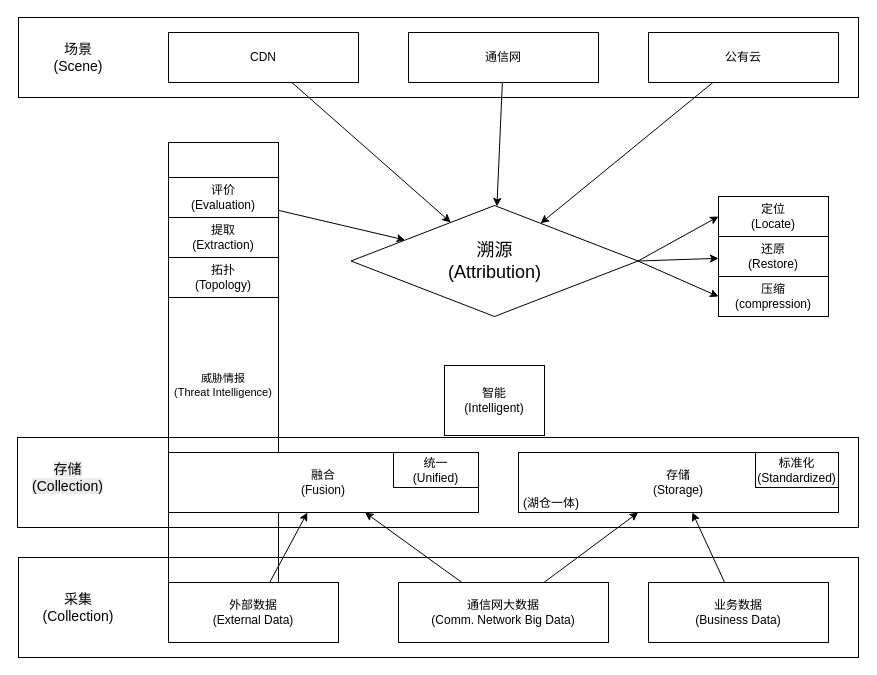
Before: 架构图.drawio in asdlijinquan/-, a draw.io diagram. Source tidied: cells renumbered, new cells numbered last; positions are measured from the earlier drawing's top-left corner, leaving out a move shared by most shapes. Both pictures are drawn from the tidied source at 100%, with x=0, y=0 at pixel (17, 17).
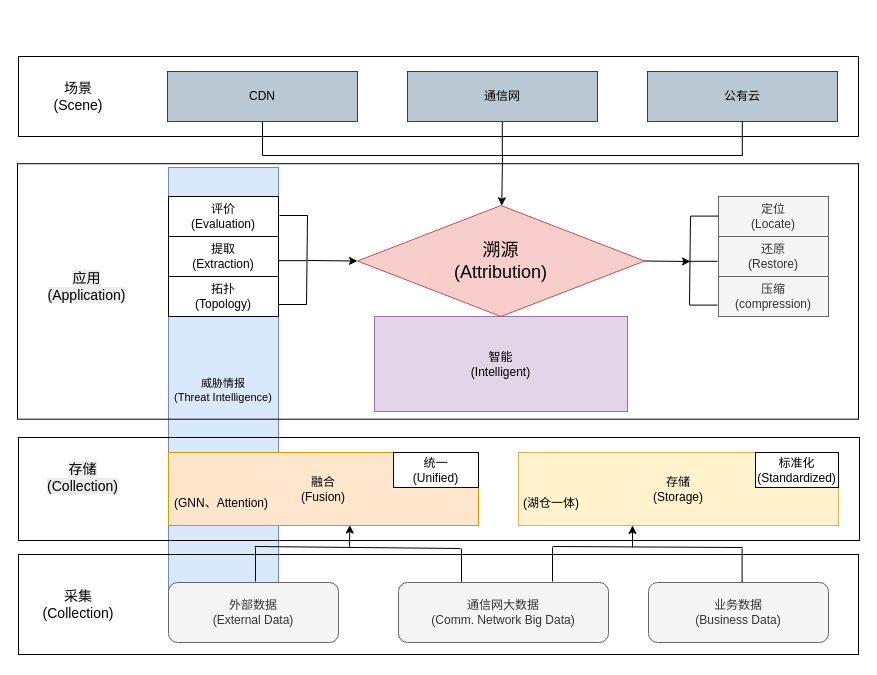
The same diagram, later.

Commit message:
更新架构图.drawio

What changed in the source:
```diff
@@
-    <mxCell id="2" parent="1" edge="1" source="9" target="13">
-      <mxGeometry relative="1" as="geometry" />
-    </mxCell>
+    <mxCell id="12" value="智能&lt;br&gt;(Intelligent)" style="rounded=0;whiteSpace=wrap;html=1;fillColor=#e1d5e7;strokeColor=#9673a6;" parent="1" vertex="1">
+      <mxGeometry x="357" y="299" width="253" height="95" as="geometry" />
+    </mxCell>
-    <mxCell id="3" value="威胁情报&lt;br&gt;(Threat Intelligence)" style="rounded=0;whiteSpace=wrap;html=1;fontSize=11;" parent="1" vertex="1">
-      <mxGeometry x="151" y="125" width="110" height="486" as="geometry" />
+    <mxCell id="3" value="威胁情报&lt;br&gt;(Threat Intelligence)" style="rounded=0;whiteSpace=wrap;html=1;fontSize=11;fillColor=#dae8fc;strokeColor=#6c8ebf;" parent="1" vertex="1">
+      <mxGeometry x="151" y="150" width="110" height="446" as="geometry" />
     </mxCell>
     <mxCell id="4" style="rounded=0;whiteSpace=wrap;html=1;fillColor=none;align=left;verticalAlign=top;" parent="1" vertex="1">
-      <mxGeometry x="1" width="840" height="80" as="geometry" />
+      <mxGeometry x="1" y="39" width="840" height="80" as="geometry" />
     </mxCell>
@@
+    <mxCell id="39" style="endArrow=none;html=1;rounded=0;exitX=0.5;exitY=1;exitDx=0;exitDy=0;" parent="4" edge="1">
+      <mxGeometry relative="1" as="geometry">
+        <mxPoint x="483.8" y="65" as="sourcePoint" />
+        <mxPoint x="483.8" y="99" as="targetPoint" />
+      </mxGeometry>
+    </mxCell>
-    <mxCell id="6" value="CDN" style="rounded=0;whiteSpace=wrap;html=1;" parent="1" vertex="1">
-      <mxGeometry x="151" y="15" width="190" height="50" as="geometry" />
+    <mxCell id="6" value="CDN" style="rounded=0;whiteSpace=wrap;html=1;fillColor=#bac8d3;strokeColor=#23445d;" parent="1" vertex="1">
+      <mxGeometry x="150" y="54" width="190" height="50" as="geometry" />
     </mxCell>
-    <mxCell id="7" value="通信网" style="rounded=0;whiteSpace=wrap;html=1;" parent="1" vertex="1">
-      <mxGeometry x="391" y="15" width="190" height="50" as="geometry" />
+    <mxCell id="7" value="通信网" style="rounded=0;whiteSpace=wrap;html=1;fillColor=#bac8d3;strokeColor=#23445d;" parent="1" vertex="1">
+      <mxGeometry x="390" y="54" width="190" height="50" as="geometry" />
     </mxCell>
-    <mxCell id="8" value="公有云" style="rounded=0;whiteSpace=wrap;html=1;" parent="1" vertex="1">
-      <mxGeometry x="631" y="15" width="190" height="50" as="geometry" />
+    <mxCell id="8" value="公有云" style="rounded=0;whiteSpace=wrap;html=1;fillColor=#bac8d3;strokeColor=#23445d;" parent="1" vertex="1">
+      <mxGeometry x="630" y="54" width="190" height="50" as="geometry" />
     </mxCell>
     <mxCell id="9" value="评价&lt;br&gt;(Evaluation)" style="rounded=0;whiteSpace=wrap;html=1;" parent="1" vertex="1">
-      <mxGeometry x="151" y="160" width="110" height="40" as="geometry" />
+      <mxGeometry x="151" y="179" width="110" height="40" as="geometry" />
     </mxCell>
     <mxCell id="10" value="提取&lt;br&gt;(Extraction)" style="rounded=0;whiteSpace=wrap;html=1;" parent="1" vertex="1">
-      <mxGeometry x="151" y="200" width="110" height="40" as="geometry" />
+      <mxGeometry x="151" y="219" width="110" height="40" as="geometry" />
     </mxCell>
     <mxCell id="11" value="拓扑&lt;br&gt;(Topology)" style="rounded=0;whiteSpace=wrap;html=1;" parent="1" vertex="1">
-      <mxGeometry x="151" y="240" width="110" height="40" as="geometry" />
+      <mxGeometry x="151" y="259" width="110" height="40" as="geometry" />
     </mxCell>
-    <mxCell id="12" value="智能&lt;br&gt;(Intelligent)" style="rounded=0;whiteSpace=wrap;html=1;" parent="1" vertex="1">
-      <mxGeometry x="427" y="348" width="100" height="70" as="geometry" />
-    </mxCell>
-    <mxCell id="13" value="&lt;font style=&quot;font-size: 18px;&quot;&gt;溯源&lt;br&gt;(Attribution)&lt;/font&gt;" style="rhombus;whiteSpace=wrap;html=1;" parent="1" vertex="1">
-      <mxGeometry x="333.5" y="188" width="287" height="111" as="geometry" />
+    <mxCell id="13" value="&lt;font style=&quot;font-size: 18px;&quot;&gt;溯源&lt;br&gt;(Attribution)&lt;/font&gt;" style="rhombus;whiteSpace=wrap;html=1;fillColor=#f8cecc;strokeColor=#b85450;" parent="1" vertex="1">
+      <mxGeometry x="340" y="188" width="287" height="111" as="geometry" />
     </mxCell>
-    <mxCell id="14" value="定位&lt;br&gt;(Locate)" style="rounded=0;whiteSpace=wrap;html=1;" parent="1" vertex="1">
+    <mxCell id="14" value="定位&lt;br&gt;(Locate)" style="rounded=0;whiteSpace=wrap;html=1;fillColor=#f5f5f5;fontColor=#333333;strokeColor=#666666;" parent="1" vertex="1">
       <mxGeometry x="701" y="179" width="110" height="40" as="geometry" />
     </mxCell>
-    <mxCell id="15" value="还原&lt;br&gt;(Restore)" style="rounded=0;whiteSpace=wrap;html=1;" parent="1" vertex="1">
+    <mxCell id="15" value="还原&lt;br&gt;(Restore)" style="rounded=0;whiteSpace=wrap;html=1;fillColor=#f5f5f5;fontColor=#333333;strokeColor=#666666;" parent="1" vertex="1">
       <mxGeometry x="701" y="219" width="110" height="40" as="geometry" />
     </mxCell>
-    <mxCell id="16" value="压缩&lt;br&gt;(compression)" style="rounded=0;whiteSpace=wrap;html=1;" parent="1" vertex="1">
+    <mxCell id="16" value="压缩&lt;br&gt;(compression)" style="rounded=0;whiteSpace=wrap;html=1;fillColor=#f5f5f5;fontColor=#333333;strokeColor=#666666;" parent="1" vertex="1">
       <mxGeometry x="701" y="259" width="110" height="40" as="geometry" />
     </mxCell>
     <mxCell id="17" style="rounded=0;whiteSpace=wrap;html=1;fillColor=none;align=left;verticalAlign=top;" parent="1" vertex="1">
-      <mxGeometry y="420" width="841" height="90" as="geometry" />
+      <mxGeometry x="1" y="420" width="841" height="103" as="geometry" />
     </mxCell>
-    <mxCell id="18" value="融合&lt;br&gt;(Fusion)" style="rounded=0;whiteSpace=wrap;html=1;" parent="1" vertex="1">
-      <mxGeometry x="151" y="435" width="310" height="60" as="geometry" />
+    <mxCell id="18" value="融合&lt;br&gt;(Fusion)" style="rounded=0;whiteSpace=wrap;html=1;fillColor=#ffe6cc;strokeColor=#d79b00;" parent="1" vertex="1">
+      <mxGeometry x="151" y="435" width="310" height="73" as="geometry" />
     </mxCell>
-    <mxCell id="19" value="存储&lt;br&gt;(Storage)" style="rounded=0;whiteSpace=wrap;html=1;align=center;" parent="1" vertex="1">
-      <mxGeometry x="501" y="435" width="320" height="60" as="geometry" />
+    <mxCell id="19" value="存储&lt;br&gt;(Storage)" style="rounded=0;whiteSpace=wrap;html=1;align=center;fillColor=#fff2cc;strokeColor=#d6b656;" parent="1" vertex="1">
+      <mxGeometry x="501" y="435" width="320" height="73" as="geometry" />
     </mxCell>
@@
     <mxCell id="21" style="rounded=0;whiteSpace=wrap;html=1;fillColor=none;align=left;verticalAlign=top;" parent="1" vertex="1">
-      <mxGeometry x="1" y="540" width="840" height="100" as="geometry" />
+      <mxGeometry x="1" y="537" width="840" height="100" as="geometry" />
     </mxCell>
@@
+    <mxCell id="40" style="endArrow=none;html=1;rounded=0;exitX=0.5;exitY=1;exitDx=0;exitDy=0;" parent="21" edge="1">
+      <mxGeometry relative="1" as="geometry">
+        <mxPoint x="723.6" y="-6" as="sourcePoint" />
+        <mxPoint x="723.6" y="28" as="targetPoint" />
+      </mxGeometry>
+    </mxCell>
+    <mxCell id="41" style="endArrow=none;html=1;rounded=0;exitX=0.5;exitY=1;exitDx=0;exitDy=0;" parent="21" edge="1">
+      <mxGeometry relative="1" as="geometry">
+        <mxPoint x="534" y="-7" as="sourcePoint" />
+        <mxPoint x="534" y="27" as="targetPoint" />
+      </mxGeometry>
+    </mxCell>
+    <mxCell id="42" style="endArrow=none;html=1;rounded=0;exitX=0.5;exitY=1;exitDx=0;exitDy=0;" parent="21" edge="1">
+      <mxGeometry relative="1" as="geometry">
+        <mxPoint x="237" y="-7" as="sourcePoint" />
+        <mxPoint x="237" y="27" as="targetPoint" />
+      </mxGeometry>
+    </mxCell>
+    <mxCell id="43" style="endArrow=none;html=1;rounded=0;exitX=0.5;exitY=1;exitDx=0;exitDy=0;" parent="21" edge="1">
+      <mxGeometry relative="1" as="geometry">
+        <mxPoint x="443" y="-6" as="sourcePoint" />
+        <mxPoint x="443" y="28" as="targetPoint" />
+      </mxGeometry>
+    </mxCell>
-    <mxCell id="23" value="外部数据&lt;br&gt;(External Data)" style="rounded=0;whiteSpace=wrap;html=1;" parent="1" vertex="1">
+    <mxCell id="23" value="外部数据&lt;br&gt;(External Data)" style="rounded=1;whiteSpace=wrap;html=1;fillColor=#f5f5f5;fontColor=#333333;strokeColor=#666666;" parent="1" vertex="1">
       <mxGeometry x="151" y="565" width="170" height="60" as="geometry" />
     </mxCell>
-    <mxCell id="24" value="通信网大数据&lt;br&gt;(Comm. Network Big Data)" style="rounded=0;whiteSpace=wrap;html=1;" parent="1" vertex="1">
+    <mxCell id="24" value="通信网大数据&lt;br&gt;(Comm. Network Big Data)" style="rounded=1;whiteSpace=wrap;html=1;fillColor=#f5f5f5;fontColor=#333333;strokeColor=#666666;" parent="1" vertex="1">
       <mxGeometry x="381" y="565" width="210" height="60" as="geometry" />
     </mxCell>
-    <mxCell id="25" value="业务数据&lt;br&gt;(Business Data)" style="rounded=0;whiteSpace=wrap;html=1;" parent="1" vertex="1">
+    <mxCell id="25" value="业务数据&lt;br&gt;(Business Data)" style="rounded=1;whiteSpace=wrap;html=1;fillColor=#f5f5f5;fontColor=#333333;strokeColor=#666666;" parent="1" vertex="1">
       <mxGeometry x="631" y="565" width="180" height="60" as="geometry" />
     </mxCell>
-    <mxCell id="26" parent="1" edge="1" source="6" target="13">
-      <mxGeometry relative="1" as="geometry" />
-    </mxCell>
-    <mxCell id="27" parent="1" edge="1" source="7" target="13">
-      <mxGeometry relative="1" as="geometry" />
-    </mxCell>
-    <mxCell id="28" parent="1" edge="1" source="8" target="13">
-      <mxGeometry relative="1" as="geometry" />
-    </mxCell>
-    <mxCell id="29" style="entryX=0;entryY=0.5;entryDx=0;entryDy=0;exitX=1;exitY=0.5;exitDx=0;exitDy=0;" parent="1" edge="1" source="13" target="14">
-      <mxGeometry relative="1" as="geometry" />
-    </mxCell>
-    <mxCell id="30" style="exitX=1;exitY=0.5;exitDx=0;exitDy=0;" parent="1" edge="1" source="13" target="15">
-      <mxGeometry relative="1" as="geometry" />
-    </mxCell>
-    <mxCell id="31" style="entryX=0;entryY=0.5;entryDx=0;entryDy=0;exitX=1;exitY=0.5;exitDx=0;exitDy=0;" parent="1" edge="1" source="13" target="16">
-      <mxGeometry relative="1" as="geometry" />
-    </mxCell>
-    <mxCell id="32" parent="1" edge="1" source="23" target="18">
-      <mxGeometry relative="1" as="geometry" />
-    </mxCell>
-    <mxCell id="33" parent="1" edge="1" source="24" target="18">
-      <mxGeometry relative="1" as="geometry" />
-    </mxCell>
-    <mxCell id="34" parent="1" edge="1" source="24" target="19">
-      <mxGeometry relative="1" as="geometry" />
-    </mxCell>
-    <mxCell id="35" parent="1" edge="1" source="25" target="19">
-      <mxGeometry relative="1" as="geometry" />
-    </mxCell>
     <mxCell id="36" value="&lt;span style=&quot;color: rgb(0, 0, 0); font-family: Helvetica; font-size: 14px; font-style: normal; font-variant-ligatures: normal; font-variant-caps: normal; font-weight: 400; letter-spacing: normal; orphans: 2; text-indent: 0px; text-transform: none; widows: 2; word-spacing: 0px; -webkit-text-stroke-width: 0px; white-space: normal; background-color: rgb(236, 236, 236); text-decoration-thickness: initial; text-decoration-style: initial; text-decoration-color: initial; float: none; display: inline !important;&quot;&gt;存储&lt;/span&gt;&lt;br style=&quot;forced-color-adjust: none; color: rgb(0, 0, 0); font-family: Helvetica; font-size: 14px; font-style: normal; font-variant-ligatures: normal; font-variant-caps: normal; font-weight: 400; letter-spacing: normal; orphans: 2; text-indent: 0px; text-transform: none; widows: 2; word-spacing: 0px; -webkit-text-stroke-width: 0px; white-space: normal; background-color: rgb(236, 236, 236); text-decoration-thickness: initial; text-decoration-style: initial; text-decoration-color: initial;&quot;&gt;&lt;span style=&quot;color: rgb(0, 0, 0); font-family: Helvetica; font-size: 14px; font-style: normal; font-variant-ligatures: normal; font-variant-caps: normal; font-weight: 400; letter-spacing: normal; orphans: 2; text-indent: 0px; text-transform: none; widows: 2; word-spacing: 0px; -webkit-text-stroke-width: 0px; white-space: normal; background-color: rgb(236, 236, 236); text-decoration-thickness: initial; text-decoration-style: initial; text-decoration-color: initial; float: none; display: inline !important;&quot;&gt;(Collection)&lt;/span&gt;" style="text;whiteSpace=wrap;html=1;align=center;" parent="1" vertex="1">
-      <mxGeometry x="1" y="437" width="99" height="56" as="geometry" />
+      <mxGeometry x="16" y="437" width="99" height="56" as="geometry" />
     </mxCell>
@@
+    <mxCell id="44" value="&lt;span style=&quot;color: rgb(0, 0, 0); font-family: Helvetica; font-size: 14px; font-style: normal; font-variant-ligatures: normal; font-variant-caps: normal; font-weight: 400; letter-spacing: normal; orphans: 2; text-indent: 0px; text-transform: none; widows: 2; word-spacing: 0px; -webkit-text-stroke-width: 0px; white-space: normal; background-color: rgb(236, 236, 236); text-decoration-thickness: initial; text-decoration-style: initial; text-decoration-color: initial; float: none; display: inline !important;&quot;&gt;应用&lt;/span&gt;&lt;br style=&quot;forced-color-adjust: none; color: rgb(0, 0, 0); font-family: Helvetica; font-size: 14px; font-style: normal; font-variant-ligatures: normal; font-variant-caps: normal; font-weight: 400; letter-spacing: normal; orphans: 2; text-indent: 0px; text-transform: none; widows: 2; word-spacing: 0px; -webkit-text-stroke-width: 0px; white-space: normal; background-color: rgb(236, 236, 236); text-decoration-thickness: initial; text-decoration-style: initial; text-decoration-color: initial;&quot;&gt;&lt;span style=&quot;color: rgb(0, 0, 0); font-family: Helvetica; font-size: 14px; font-style: normal; font-variant-ligatures: normal; font-variant-caps: normal; font-weight: 400; letter-spacing: normal; orphans: 2; text-indent: 0px; text-transform: none; widows: 2; word-spacing: 0px; -webkit-text-stroke-width: 0px; white-space: normal; background-color: rgb(236, 236, 236); text-decoration-thickness: initial; text-decoration-style: initial; text-decoration-color: initial; float: none; display: inline !important;&quot;&gt;(Application)&lt;/span&gt;" style="text;whiteSpace=wrap;html=1;align=center;" parent="1" vertex="1">
+      <mxGeometry x="20" y="246" width="99" height="56" as="geometry" />
+    </mxCell>
+    <mxCell id="45" value="(GNN、Attention)" style="text;html=1;strokeColor=none;fillColor=none;align=right;verticalAlign=top;whiteSpace=wrap;rounded=0;fontSize=12;" parent="1" vertex="1">
+      <mxGeometry x="130" y="472" width="123" height="20" as="geometry" />
+    </mxCell>
+    <mxCell id="46" style="endArrow=none;html=1;rounded=0;" parent="1" edge="1">
+      <mxGeometry relative="1" as="geometry">
+        <mxPoint x="289" y="287" as="sourcePoint" />
+        <mxPoint x="290" y="198" as="targetPoint" />
+      </mxGeometry>
+    </mxCell>
+    <mxCell id="47" style="endArrow=none;html=1;rounded=0;" parent="1" edge="1">
+      <mxGeometry relative="1" as="geometry">
+        <mxPoint x="262" y="198" as="sourcePoint" />
+        <mxPoint x="290" y="198" as="targetPoint" />
+      </mxGeometry>
+    </mxCell>
+    <mxCell id="48" style="endArrow=none;html=1;rounded=0;" parent="1" edge="1">
+      <mxGeometry relative="1" as="geometry">
+        <mxPoint x="261" y="243.2" as="sourcePoint" />
+        <mxPoint x="289" y="243.2" as="targetPoint" />
+      </mxGeometry>
+    </mxCell>
+    <mxCell id="49" style="endArrow=none;html=1;rounded=0;" parent="1" edge="1">
+      <mxGeometry relative="1" as="geometry">
+        <mxPoint x="261" y="287" as="sourcePoint" />
+        <mxPoint x="289" y="287" as="targetPoint" />
+      </mxGeometry>
+    </mxCell>
+    <mxCell id="50" style="endArrow=classic;html=1;rounded=0;entryX=0;entryY=0.5;entryDx=0;entryDy=0;" parent="1" edge="1" target="13">
+      <mxGeometry relative="1" as="geometry">
+        <mxPoint x="290" y="243" as="sourcePoint" />
+      </mxGeometry>
+    </mxCell>
+    <mxCell id="51" style="endArrow=none;html=1;rounded=0;" parent="1" edge="1">
+      <mxGeometry relative="1" as="geometry">
+        <mxPoint x="672" y="287.6" as="sourcePoint" />
+        <mxPoint x="673" y="198.6" as="targetPoint" />
+      </mxGeometry>
+    </mxCell>
+    <mxCell id="52" style="endArrow=none;html=1;rounded=0;" parent="1" edge="1">
+      <mxGeometry relative="1" as="geometry">
+        <mxPoint x="673" y="198.6" as="sourcePoint" />
+        <mxPoint x="701" y="198.6" as="targetPoint" />
+      </mxGeometry>
+    </mxCell>
+    <mxCell id="53" style="endArrow=none;html=1;rounded=0;" parent="1" edge="1">
+      <mxGeometry relative="1" as="geometry">
+        <mxPoint x="672" y="243.8" as="sourcePoint" />
+        <mxPoint x="700" y="243.8" as="targetPoint" />
+      </mxGeometry>
+    </mxCell>
+    <mxCell id="54" style="endArrow=none;html=1;rounded=0;" parent="1" edge="1">
+      <mxGeometry relative="1" as="geometry">
+        <mxPoint x="672" y="287.6" as="sourcePoint" />
+        <mxPoint x="700" y="287.6" as="targetPoint" />
+      </mxGeometry>
+    </mxCell>
+    <mxCell id="55" style="endArrow=classic;html=1;rounded=0;exitX=1;exitY=0.5;exitDx=0;exitDy=0;" parent="1" edge="1" source="13">
+      <mxGeometry relative="1" as="geometry">
+        <mxPoint x="673" y="244" as="targetPoint" />
+      </mxGeometry>
+    </mxCell>
+    <mxCell id="56" style="endArrow=none;html=1;rounded=0;" parent="1" edge="1">
+      <mxGeometry relative="1" as="geometry">
+        <mxPoint x="725" y="138" as="sourcePoint" />
+        <mxPoint x="245" y="138" as="targetPoint" />
+      </mxGeometry>
+    </mxCell>
+    <mxCell id="57" style="endArrow=none;html=1;rounded=0;exitX=0.5;exitY=1;exitDx=0;exitDy=0;" parent="1" edge="1" source="6">
+      <mxGeometry relative="1" as="geometry">
+        <mxPoint x="245" y="138" as="targetPoint" />
+      </mxGeometry>
+    </mxCell>
+    <mxCell id="58" style="endArrow=none;html=1;rounded=0;exitX=0.5;exitY=1;exitDx=0;exitDy=0;" parent="1" edge="1">
+      <mxGeometry relative="1" as="geometry">
+        <mxPoint x="724.8" y="104" as="sourcePoint" />
+        <mxPoint x="724.8" y="138" as="targetPoint" />
+      </mxGeometry>
+    </mxCell>
+    <mxCell id="59" style="endArrow=classic;html=1;rounded=0;" parent="1" edge="1" target="13">
+      <mxGeometry relative="1" as="geometry">
+        <mxPoint x="485" y="137" as="sourcePoint" />
+      </mxGeometry>
+    </mxCell>
+    <mxCell id="60" style="endArrow=none;html=1;rounded=0;" parent="1" edge="1">
+      <mxGeometry relative="1" as="geometry">
+        <mxPoint x="443" y="531" as="sourcePoint" />
+        <mxPoint x="237" y="529" as="targetPoint" />
+      </mxGeometry>
+    </mxCell>
+    <mxCell id="61" style="endArrow=none;html=1;rounded=0;" parent="1" edge="1">
+      <mxGeometry relative="1" as="geometry">
+        <mxPoint x="725" y="530" as="sourcePoint" />
+        <mxPoint x="535" y="529" as="targetPoint" />
+      </mxGeometry>
+    </mxCell>
+    <mxCell id="62" style="rounded=0;whiteSpace=wrap;html=1;fillColor=none;align=left;verticalAlign=top;" parent="1" vertex="1">
+      <mxGeometry y="146.2" width="841" height="255.5" as="geometry" />
+    </mxCell>
+    <mxCell id="63" style="endArrow=classic;html=1;rounded=0;entryX=0.585;entryY=0.994;entryDx=0;entryDy=0;entryPerimeter=0;" parent="1" edge="1" target="18">
+      <mxGeometry relative="1" as="geometry">
+        <mxPoint x="332" y="530" as="sourcePoint" />
+      </mxGeometry>
+    </mxCell>
+    <mxCell id="64" style="endArrow=classic;html=1;rounded=0;entryX=0.585;entryY=0.994;entryDx=0;entryDy=0;entryPerimeter=0;" parent="1" edge="1">
+      <mxGeometry relative="1" as="geometry">
+        <mxPoint x="615" y="530" as="sourcePoint" />
+        <mxPoint x="615" y="508" as="targetPoint" />
+      </mxGeometry>
+    </mxCell>
```
